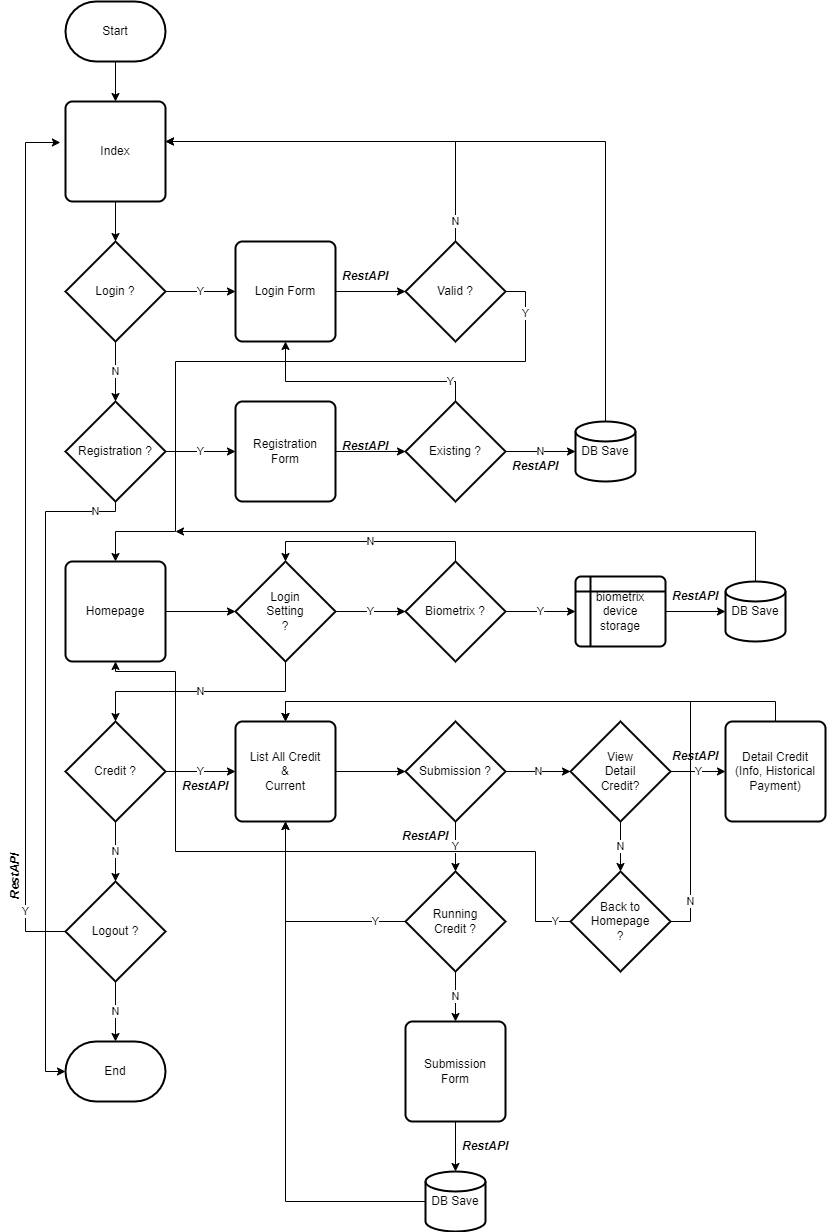
The draw.io diagram API_flowchart.png in Var1032/Technical-Assessment---Solution-Analyst, before a commit. Source tidied: cells renumbered, new cells last; positions are measured from the earlier drawing's top-left corner, leaving out a move shared by most shapes.
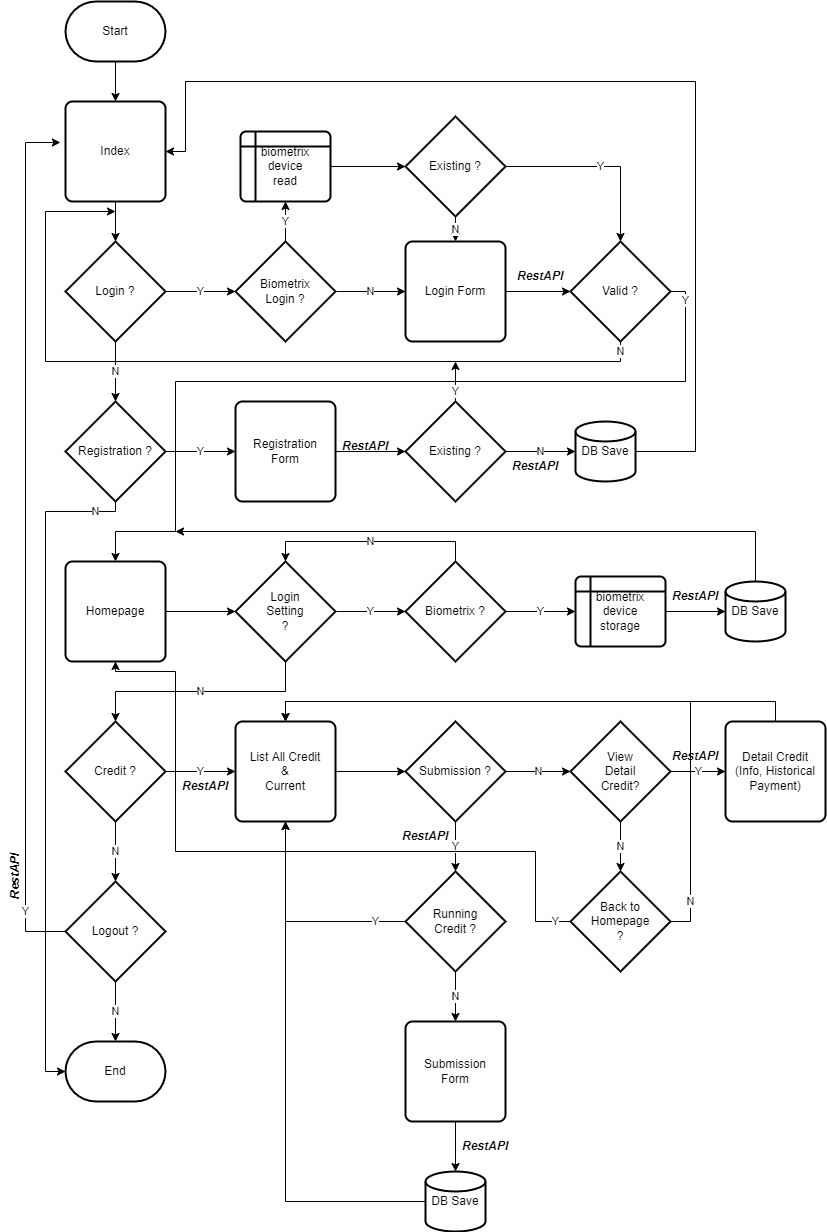
After the commit.

Diff of the diagram source:
```diff
@@ -11,9 +11,9 @@
     <mxCell id="4" value="N" style="edgeStyle=orthogonalEdgeStyle;rounded=0;jettySize=auto;html=1;exitX=0.5;exitY=1;exitDx=0;exitDy=0;exitPerimeter=0;entryX=0.5;entryY=0;entryDx=0;entryDy=0;entryPerimeter=0;" parent="1" edge="1" source="6" target="9">
       <mxGeometry relative="1" as="geometry" />
     </mxCell>
-    <mxCell id="5" value="Y" style="edgeStyle=orthogonalEdgeStyle;rounded=0;jettySize=auto;html=1;exitX=1;exitY=0.5;exitDx=0;exitDy=0;exitPerimeter=0;entryX=0;entryY=0.5;entryDx=0;entryDy=0;" parent="1" edge="1" source="6" target="17">
-      <mxGeometry relative="1" as="geometry" />
-    </mxCell>
+    <mxCell id="72" value="Y" style="edgeStyle=orthogonalEdgeStyle;rounded=0;jettySize=auto;html=1;exitX=1;exitY=0.5;exitDx=0;exitDy=0;exitPerimeter=0;" parent="1" edge="1" source="6" target="76">
+      <mxGeometry relative="1" as="geometry" />
+    </mxCell>
     <mxCell id="6" value="Login ?" style="strokeWidth=2;html=1;shape=mxgraph.flowchart.decision;whiteSpace=wrap;" parent="1" vertex="1">
       <mxGeometry x="80" y="240" width="100" height="100" as="geometry" />
     </mxCell>
@@ -32,42 +32,46 @@
     <mxCell id="9" value="Registration ?" style="strokeWidth=2;html=1;shape=mxgraph.flowchart.decision;whiteSpace=wrap;" parent="1" vertex="1">
       <mxGeometry x="80" y="400" width="100" height="100" as="geometry" />
     </mxCell>
-    <mxCell id="10" value="N" style="edgeStyle=orthogonalEdgeStyle;rounded=0;jettySize=auto;html=1;exitX=0.5;exitY=0;exitDx=0;exitDy=0;exitPerimeter=0;entryX=1;entryY=0.4;entryDx=0;entryDy=0;entryPerimeter=0;" parent="1" edge="1" source="12" target="31">
-      <mxGeometry x="-0.9" relative="1" as="geometry" />
-    </mxCell>
     <mxCell id="11" value="Y" style="edgeStyle=orthogonalEdgeStyle;rounded=0;jettySize=auto;html=1;exitX=1;exitY=0.5;exitDx=0;exitDy=0;exitPerimeter=0;entryX=0.5;entryY=0;entryDx=0;entryDy=0;" parent="1" edge="1" source="12" target="29">
-      <mxGeometry x="-0.88" relative="1" as="geometry">
+      <mxGeometry x="-0.94" relative="1" as="geometry">
         <Array as="points">
-          <mxPoint x="540" y="290" />
-          <mxPoint x="540" y="360" />
-          <mxPoint x="190" y="360" />
+          <mxPoint x="700" y="290" />
+          <mxPoint x="700" y="380" />
+          <mxPoint x="190" y="380" />
           <mxPoint x="190" y="530" />
           <mxPoint x="130" y="530" />
         </Array>
       </mxGeometry>
     </mxCell>
+    <mxCell id="73" value="N" style="edgeStyle=orthogonalEdgeStyle;rounded=0;jettySize=auto;html=1;exitX=0.5;exitY=1;exitDx=0;exitDy=0;exitPerimeter=0;" parent="1" edge="1" source="12">
+      <mxGeometry x="-0.98" relative="1" as="geometry">
+        <mxPoint x="130" y="210" as="targetPoint" />
+        <Array as="points">
+          <mxPoint x="635" y="360" />
+          <mxPoint x="60" y="360" />
+          <mxPoint x="60" y="210" />
+        </Array>
+      </mxGeometry>
+    </mxCell>
     <mxCell id="12" value="Valid ?" style="strokeWidth=2;html=1;shape=mxgraph.flowchart.decision;whiteSpace=wrap;" parent="1" vertex="1">
-      <mxGeometry x="420" y="240" width="100" height="100" as="geometry" />
+      <mxGeometry x="585" y="240" width="100" height="100" as="geometry" />
     </mxCell>
     <mxCell id="13" value="N" style="edgeStyle=orthogonalEdgeStyle;rounded=0;jettySize=auto;html=1;exitX=1;exitY=0.5;exitDx=0;exitDy=0;exitPerimeter=0;entryX=0;entryY=0.5;entryDx=0;entryDy=0;entryPerimeter=0;" parent="1" edge="1" source="15" target="42">
       <mxGeometry relative="1" as="geometry" />
     </mxCell>
-    <mxCell id="14" value="Y" style="edgeStyle=orthogonalEdgeStyle;rounded=0;jettySize=auto;html=1;exitX=0.5;exitY=0;exitDx=0;exitDy=0;exitPerimeter=0;entryX=0.5;entryY=1;entryDx=0;entryDy=0;" parent="1" edge="1" source="15" target="17">
-      <mxGeometry x="-0.78" relative="1" as="geometry">
-        <Array as="points">
-          <mxPoint x="470" y="380" />
-          <mxPoint x="300" y="380" />
-        </Array>
-      </mxGeometry>
-    </mxCell>
+    <mxCell id="74" value="Y" style="edgeStyle=orthogonalEdgeStyle;rounded=0;jettySize=auto;html=1;exitX=0.5;exitY=0;exitDx=0;exitDy=0;exitPerimeter=0;" parent="1" edge="1" source="15">
+      <mxGeometry x="-0.5" relative="1" as="geometry">
+        <mxPoint x="470" y="360" as="targetPoint" />
+      </mxGeometry>
+    </mxCell>
     <mxCell id="15" value="Existing ?" style="strokeWidth=2;html=1;shape=mxgraph.flowchart.decision;whiteSpace=wrap;" parent="1" vertex="1">
       <mxGeometry x="420" y="400" width="100" height="100" as="geometry" />
     </mxCell>
-    <mxCell id="16" style="edgeStyle=orthogonalEdgeStyle;rounded=0;jettySize=auto;html=1;exitX=1;exitY=0.5;exitDx=0;exitDy=0;entryX=0;entryY=0.5;entryDx=0;entryDy=0;entryPerimeter=0;" parent="1" edge="1" source="17" target="12">
+    <mxCell id="16" style="edgeStyle=orthogonalEdgeStyle;rounded=0;jettySize=auto;html=1;exitX=1;exitY=0.5;exitDx=0;exitDy=0;" parent="1" edge="1" source="17" target="12">
       <mxGeometry relative="1" as="geometry" />
     </mxCell>
     <mxCell id="17" value="Login Form" style="rounded=1;whiteSpace=wrap;html=1;absoluteArcSize=1;arcSize=14;strokeWidth=2;" parent="1" vertex="1">
-      <mxGeometry x="250" y="240" width="100" height="100" as="geometry" />
+      <mxGeometry x="420" y="240" width="100" height="100" as="geometry" />
     </mxCell>
     <mxCell id="18" style="edgeStyle=orthogonalEdgeStyle;rounded=0;jettySize=auto;html=1;exitX=1;exitY=0.5;exitDx=0;exitDy=0;entryX=0;entryY=0.5;entryDx=0;entryDy=0;entryPerimeter=0;" parent="1" edge="1" source="19" target="15">
       <mxGeometry relative="1" as="geometry" />
@@ -153,8 +157,15 @@
     <mxCell id="40" value="End" style="strokeWidth=2;html=1;shape=mxgraph.flowchart.terminator;whiteSpace=wrap;" parent="1" vertex="1">
       <mxGeometry x="80" y="1040" width="100" height="60" as="geometry" />
     </mxCell>
-    <mxCell id="41" style="edgeStyle=orthogonalEdgeStyle;rounded=0;jettySize=auto;html=1;exitX=0.5;exitY=0;exitDx=0;exitDy=0;exitPerimeter=0;entryX=1;entryY=0.4;entryDx=0;entryDy=0;entryPerimeter=0;" parent="1" edge="1" source="42" target="31">
-      <mxGeometry relative="1" as="geometry" />
+    <mxCell id="41" style="edgeStyle=orthogonalEdgeStyle;rounded=0;jettySize=auto;html=1;exitX=1;exitY=0.5;exitDx=0;exitDy=0;exitPerimeter=0;entryX=1;entryY=0.5;entryDx=0;entryDy=0;" parent="1" edge="1" source="42" target="31">
+      <mxGeometry relative="1" as="geometry">
+        <Array as="points">
+          <mxPoint x="710" y="450" />
+          <mxPoint x="710" y="80" />
+          <mxPoint x="200" y="80" />
+          <mxPoint x="200" y="150" />
+        </Array>
+      </mxGeometry>
     </mxCell>
     <mxCell id="42" value="DB Save" style="strokeWidth=2;html=1;shape=mxgraph.flowchart.database;whiteSpace=wrap;" parent="1" vertex="1">
       <mxGeometry x="590" y="420" width="60" height="60" as="geometry" />
@@ -228,7 +239,7 @@
       <mxGeometry x="585" y="870" width="100" height="100" as="geometry" />
     </mxCell>
     <mxCell id="63" value="&lt;b&gt;&lt;i&gt;RestAPI&lt;/i&gt;&lt;/b&gt;" style="text;html=1;strokeColor=none;fillColor=none;align=center;verticalAlign=middle;whiteSpace=wrap;rounded=0;" parent="1" vertex="1">
-      <mxGeometry x="350" y="260" width="60" height="30" as="geometry" />
+      <mxGeometry x="525" y="260" width="60" height="30" as="geometry" />
     </mxCell>
     <mxCell id="64" value="&lt;b&gt;&lt;i&gt;RestAPI&lt;/i&gt;&lt;/b&gt;" style="text;html=1;strokeColor=none;fillColor=none;align=center;verticalAlign=middle;whiteSpace=wrap;rounded=0;" parent="1" vertex="1">
       <mxGeometry x="350" y="430" width="60" height="30" as="geometry" />
@@ -254,5 +265,29 @@
     <mxCell id="71" value="&lt;b&gt;&lt;i&gt;RestAPI&lt;/i&gt;&lt;/b&gt;" style="text;html=1;strokeColor=none;fillColor=none;align=center;verticalAlign=middle;whiteSpace=wrap;rounded=0;rotation=-90;" parent="1" vertex="1">
       <mxGeometry y="860" width="60" height="30" as="geometry" />
     </mxCell>
+    <mxCell id="75" value="N" style="edgeStyle=orthogonalEdgeStyle;rounded=0;jettySize=auto;html=1;exitX=1;exitY=0.5;exitDx=0;exitDy=0;exitPerimeter=0;" parent="1" edge="1" source="76" target="17">
+      <mxGeometry relative="1" as="geometry" />
+    </mxCell>
+    <mxCell id="14" value="Y" style="edgeStyle=orthogonalEdgeStyle;rounded=0;jettySize=auto;html=1;exitX=0.5;exitY=0;exitDx=0;exitDy=0;exitPerimeter=0;entryX=0.5;entryY=1;entryDx=0;entryDy=0;" parent="1" edge="1" source="76" target="78">
+      <mxGeometry relative="1" as="geometry" />
+    </mxCell>
+    <mxCell id="76" value="Biometrix&lt;br&gt;Login ?" style="strokeWidth=2;html=1;shape=mxgraph.flowchart.decision;whiteSpace=wrap;" parent="1" vertex="1">
+      <mxGeometry x="250" y="240" width="100" height="100" as="geometry" />
+    </mxCell>
+    <mxCell id="77" style="edgeStyle=orthogonalEdgeStyle;rounded=0;jettySize=auto;html=1;exitX=1;exitY=0.5;exitDx=0;exitDy=0;entryX=0;entryY=0.5;entryDx=0;entryDy=0;entryPerimeter=0;" parent="1" edge="1" source="78" target="81">
+      <mxGeometry relative="1" as="geometry" />
+    </mxCell>
+    <mxCell id="78" value="biometrix&lt;br&gt;device&lt;br&gt;read" style="shape=internalStorage;whiteSpace=wrap;html=1;dx=15;dy=15;rounded=1;arcSize=8;strokeWidth=2;align=center;" parent="1" vertex="1">
+      <mxGeometry x="255" y="130" width="90" height="70" as="geometry" />
+    </mxCell>
+    <mxCell id="79" value="N" style="edgeStyle=orthogonalEdgeStyle;rounded=0;jettySize=auto;html=1;exitX=0.5;exitY=1;exitDx=0;exitDy=0;exitPerimeter=0;entryX=0.5;entryY=0;entryDx=0;entryDy=0;" parent="1" edge="1" source="81" target="17">
+      <mxGeometry relative="1" as="geometry" />
+    </mxCell>
+    <mxCell id="80" value="Y" style="edgeStyle=orthogonalEdgeStyle;rounded=0;jettySize=auto;html=1;exitX=1;exitY=0.5;exitDx=0;exitDy=0;exitPerimeter=0;entryX=0.5;entryY=0;entryDx=0;entryDy=0;entryPerimeter=0;" parent="1" edge="1" source="81" target="12">
+      <mxGeometry relative="1" as="geometry" />
+    </mxCell>
+    <mxCell id="81" value="Existing ?" style="strokeWidth=2;html=1;shape=mxgraph.flowchart.decision;whiteSpace=wrap;" parent="1" vertex="1">
+      <mxGeometry x="420" y="115" width="100" height="100" as="geometry" />
+    </mxCell>
   </root>
 </mxGraphModel>
```
